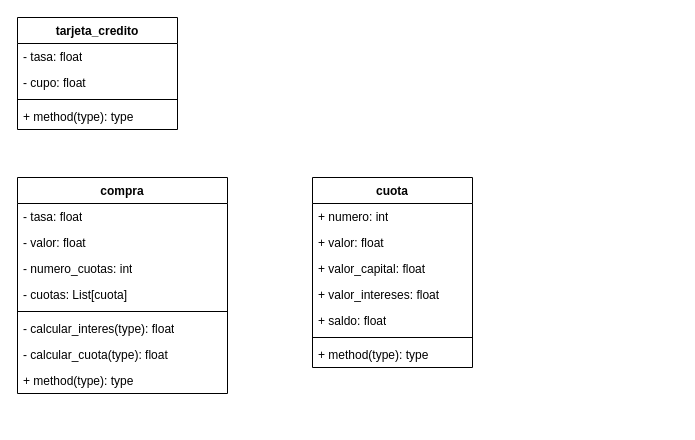
Before: docs/tarjeta_credito.drawio in buri033/tarjeta_credito, a draw.io diagram. Source tidied: cells renumbered, new cells numbered last; positions are measured from the earlier drawing's top-left corner, leaving out a move shared by most shapes. Both pictures are drawn from the tidied source at 100%, with x=0, y=0 at pixel (17, 17).
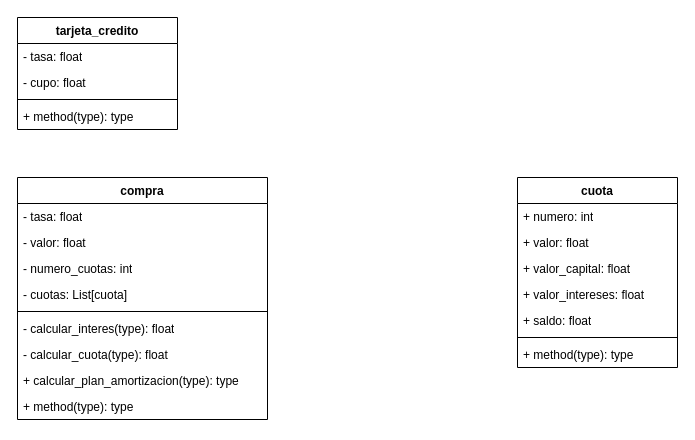
The same page after the edit.

What changed in the source:
```diff
@@
     <mxCell id="7" value="cuota" style="swimlane;fontStyle=1;align=center;verticalAlign=top;horizontal=1;startSize=26;whiteSpace=wrap;html=1;" parent="1" vertex="1">
-      <mxGeometry x="295" y="160" width="160" height="190" as="geometry" />
+      <mxGeometry x="500" y="160" width="160" height="190" as="geometry" />
     </mxCell>
@@
     <mxCell id="15" value="compra" style="swimlane;fontStyle=1;align=center;verticalAlign=top;horizontal=1;startSize=26;whiteSpace=wrap;html=1;" parent="1" vertex="1">
-      <mxGeometry y="160" width="210" height="216" as="geometry" />
+      <mxGeometry y="160" width="250" height="242" as="geometry" />
     </mxCell>
     <mxCell id="16" value="- tasa: float" style="text;strokeColor=none;fillColor=none;align=left;verticalAlign=top;spacingLeft=4;spacingRight=4;overflow=hidden;whiteSpace=wrap;html=1;" parent="15" vertex="1">
-      <mxGeometry y="26" width="210" height="26" as="geometry" />
+      <mxGeometry y="26" width="250" height="26" as="geometry" />
     </mxCell>
     <mxCell id="17" value="- valor: float" style="text;strokeColor=none;fillColor=none;align=left;verticalAlign=top;spacingLeft=4;spacingRight=4;overflow=hidden;whiteSpace=wrap;html=1;" parent="15" vertex="1">
-      <mxGeometry y="52" width="210" height="26" as="geometry" />
+      <mxGeometry y="52" width="250" height="26" as="geometry" />
     </mxCell>
     <mxCell id="18" value="- numero_cuotas: int" style="text;strokeColor=none;fillColor=none;align=left;verticalAlign=top;spacingLeft=4;spacingRight=4;overflow=hidden;whiteSpace=wrap;html=1;" parent="15" vertex="1">
-      <mxGeometry y="78" width="210" height="26" as="geometry" />
+      <mxGeometry y="78" width="250" height="26" as="geometry" />
     </mxCell>
     <mxCell id="19" value="- cuotas: List[cuota]" style="text;strokeColor=none;fillColor=none;align=left;verticalAlign=top;spacingLeft=4;spacingRight=4;overflow=hidden;whiteSpace=wrap;html=1;" parent="15" vertex="1">
-      <mxGeometry y="104" width="210" height="26" as="geometry" />
+      <mxGeometry y="104" width="250" height="26" as="geometry" />
     </mxCell>
-    <mxCell id="20" style="line;strokeWidth=1;fillColor=none;align=left;verticalAlign=middle;spacingTop=-1;spacingLeft=3;spacingRight=3;labelPosition=right;strokeColor=inherit;" parent="15" vertex="1">
-      <mxGeometry y="130" width="210" height="8" as="geometry" />
-    </mxCell>
+    <mxCell id="24" style="line;strokeWidth=1;fillColor=none;align=left;verticalAlign=middle;spacingTop=-1;spacingLeft=3;spacingRight=3;labelPosition=right;strokeColor=inherit;" parent="15" vertex="1">
+      <mxGeometry y="130" width="250" height="8" as="geometry" />
+    </mxCell>
     <mxCell id="21" value="- calcular_interes(type): float" style="text;strokeColor=none;fillColor=none;align=left;verticalAlign=top;spacingLeft=4;spacingRight=4;overflow=hidden;whiteSpace=wrap;html=1;" parent="15" vertex="1">
-      <mxGeometry y="138" width="210" height="26" as="geometry" />
+      <mxGeometry y="138" width="250" height="26" as="geometry" />
     </mxCell>
     <mxCell id="22" value="- calcular_cuota(type): float" style="text;strokeColor=none;fillColor=none;align=left;verticalAlign=top;spacingLeft=4;spacingRight=4;overflow=hidden;whiteSpace=wrap;html=1;" parent="15" vertex="1">
-      <mxGeometry y="164" width="210" height="26" as="geometry" />
+      <mxGeometry y="164" width="250" height="26" as="geometry" />
     </mxCell>
+    <mxCell id="25" value="+ calcular_plan_amortizacion(type): type" style="text;strokeColor=none;fillColor=none;align=left;verticalAlign=top;spacingLeft=4;spacingRight=4;overflow=hidden;whiteSpace=wrap;html=1;" parent="15" vertex="1">
+      <mxGeometry y="190" width="250" height="26" as="geometry" />
+    </mxCell>
     <mxCell id="23" value="+ method(type): type" style="text;strokeColor=none;fillColor=none;align=left;verticalAlign=top;spacingLeft=4;spacingRight=4;overflow=hidden;whiteSpace=wrap;html=1;" parent="15" vertex="1">
-      <mxGeometry y="190" width="210" height="26" as="geometry" />
+      <mxGeometry y="216" width="250" height="26" as="geometry" />
     </mxCell>
```
